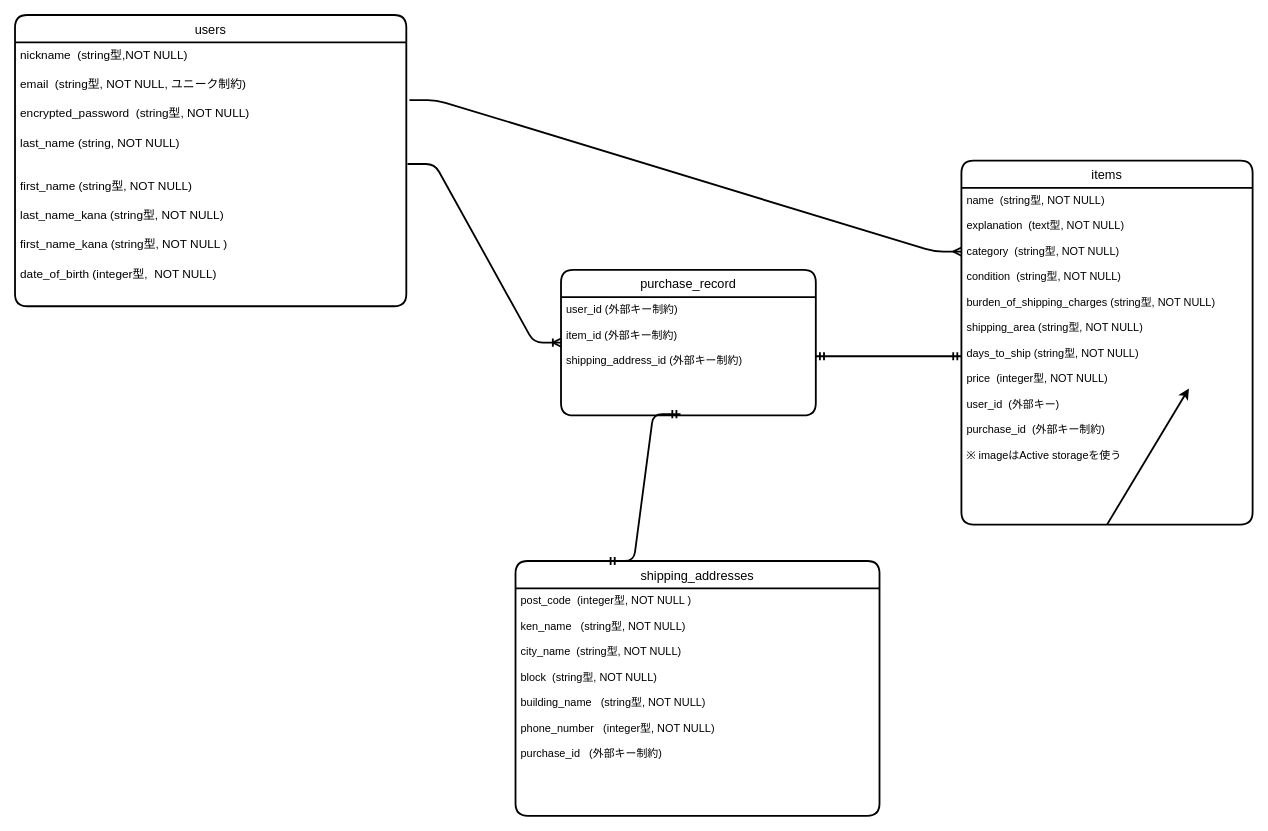
Before: furima.dio in SAZAMUGAN/furima-37792, a draw.io diagram. Source tidied: cells renumbered, new cells numbered last; positions are measured from the earlier drawing's top-left corner, leaving out a move shared by most shapes. Both pictures are drawn from the tidied source at 91%, with x=0, y=0 at pixel (15, 15).
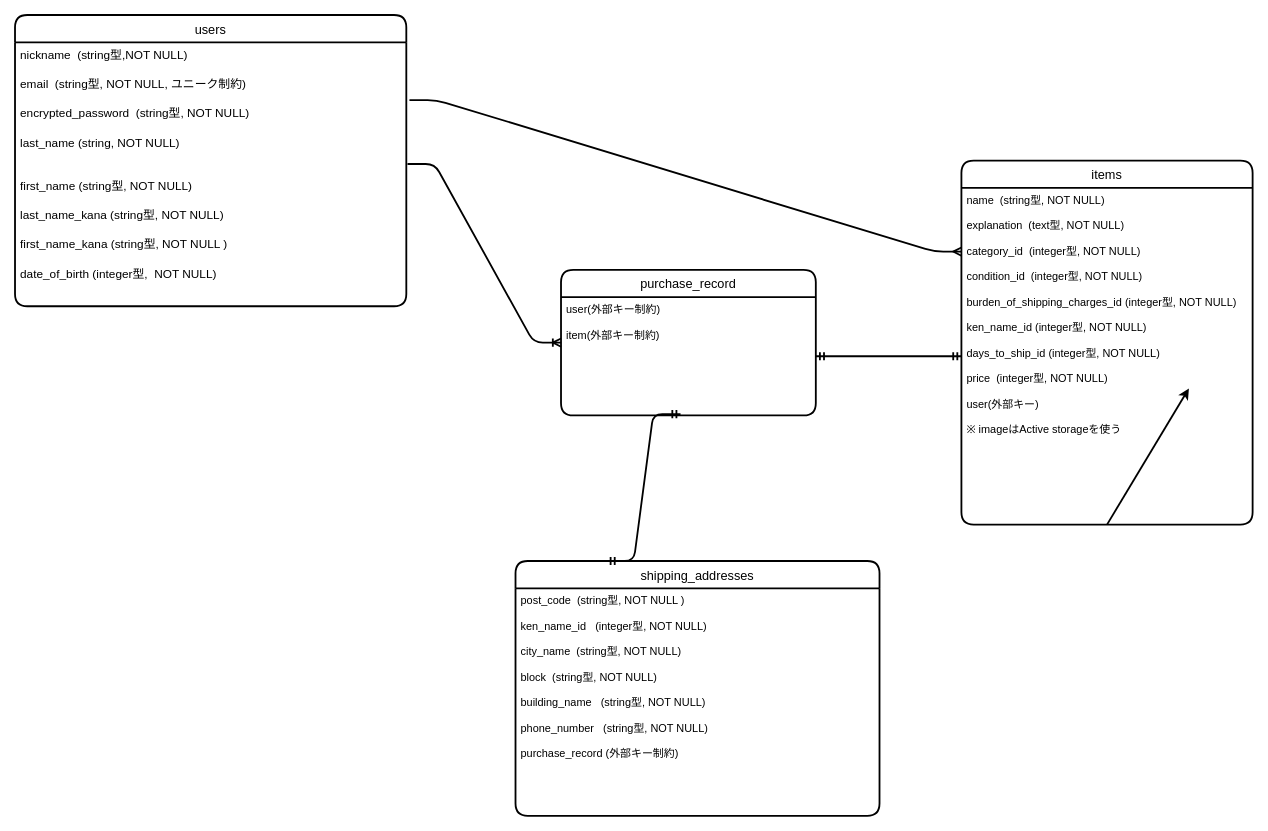
Above is the later version.

What changed in the source:
```diff
@@
 <mxGraphModel>
   <root>
     <mxCell id="0" />
     <mxCell id="1" parent="0" />
     <mxCell id="2" value="users" style="swimlane;horizontal=1;startSize=30;rounded=1;fontSize=14;fontStyle=0;strokeWidth=2;shadow=0;dashed=0;align=center;" parent="1" vertex="1">
       <mxGeometry width="430" height="320" as="geometry" />
     </mxCell>
     <mxCell id="3" value="nickname  (string型,NOT NULL)&#10;&#10;email  (string型, NOT NULL, ユニーク制約)&#10;&#10;encrypted_password  (string型, NOT NULL)&#10;&#10;last_name (string, NOT NULL)&#10;&#10;&#10;first_name (string型, NOT NULL)&#10;&#10;last_name_kana (string型, NOT NULL)&#10;&#10;first_name_kana (string型, NOT NULL )&#10;&#10;date_of_birth (integer型,  NOT NULL)&#10;" style="align=left;strokeColor=none;fillColor=none;spacingLeft=4;fontSize=13;verticalAlign=top;strokeWidth=0;" parent="2" vertex="1">
       <mxGeometry y="30" width="430" height="290" as="geometry" />
     </mxCell>
     <mxCell id="4" value="items" style="swimlane;horizontal=1;startSize=30;rounded=1;fontSize=14;fontStyle=0;strokeWidth=2;shadow=0;dashed=0;align=center;" parent="1" vertex="1">
       <mxGeometry x="1040" y="160" width="320" height="400" as="geometry" />
     </mxCell>
-    <mxCell id="5" value="name  (string型, NOT NULL)&#10;&#10;explanation  (text型, NOT NULL)&#10;&#10;category  (string型, NOT NULL)&#10;&#10;condition  (string型, NOT NULL)&#10;&#10;burden_of_shipping_charges (string型, NOT NULL)&#10;&#10;shipping_area (string型, NOT NULL)&#10;&#10;days_to_ship (string型, NOT NULL)&#10;&#10;price  (integer型, NOT NULL)&#10;&#10;user_id  (外部キー)&#10;&#10;purchase_id  (外部キー制約)&#10;&#10;※ imageはActive storageを使う" style="align=left;strokeColor=none;fillColor=none;spacingLeft=4;fontSize=12;verticalAlign=top;" parent="4" vertex="1">
+    <mxCell id="5" value="name  (string型, NOT NULL)&#10;&#10;explanation  (text型, NOT NULL)&#10;&#10;category_id  (integer型, NOT NULL)&#10;&#10;condition_id  (integer型, NOT NULL)&#10;&#10;burden_of_shipping_charges_id (integer型, NOT NULL)&#10;&#10;ken_name_id (integer型, NOT NULL)&#10;&#10;days_to_ship_id (integer型, NOT NULL)&#10;&#10;price  (integer型, NOT NULL)&#10;&#10;user(外部キー)&#10;&#10;※ imageはActive storageを使う" style="align=left;strokeColor=none;fillColor=none;spacingLeft=4;fontSize=12;verticalAlign=top;" parent="4" vertex="1">
       <mxGeometry y="30" width="320" height="370" as="geometry" />
     </mxCell>
     <mxCell id="6" value="shipping_addresses" style="swimlane;horizontal=1;startSize=30;rounded=1;fontSize=14;fontStyle=0;strokeWidth=2;shadow=0;dashed=0;align=center;" parent="1" vertex="1">
       <mxGeometry x="550" y="600" width="400" height="280" as="geometry" />
     </mxCell>
-    <mxCell id="7" value="post_code  (integer型, NOT NULL )&#10;&#10;ken_name   (string型, NOT NULL)&#10;&#10;city_name  (string型, NOT NULL)&#10;&#10;block  (string型, NOT NULL)&#10;&#10;building_name   (string型, NOT NULL)&#10;&#10;phone_number   (integer型, NOT NULL)&#10;&#10;purchase_id   (外部キー制約)" style="align=left;strokeColor=none;fillColor=none;spacingLeft=4;fontSize=12;verticalAlign=top;" parent="6" vertex="1">
+    <mxCell id="7" value="post_code  (string型, NOT NULL )&#10;&#10;ken_name_id   (integer型, NOT NULL)&#10;&#10;city_name  (string型, NOT NULL)&#10;&#10;block  (string型, NOT NULL)&#10;&#10;building_name   (string型, NOT NULL)&#10;&#10;phone_number   (string型, NOT NULL)&#10;&#10;purchase_record (外部キー制約)" style="align=left;strokeColor=none;fillColor=none;spacingLeft=4;fontSize=12;verticalAlign=top;" parent="6" vertex="1">
       <mxGeometry y="30" width="400" height="250" as="geometry" />
     </mxCell>
     <mxCell id="8" value="purchase_record" style="swimlane;horizontal=1;startSize=30;rounded=1;fontSize=14;fontStyle=0;strokeWidth=2;shadow=0;dashed=0;align=center;" parent="1" vertex="1">
       <mxGeometry x="600" y="280" width="280" height="160" as="geometry" />
     </mxCell>
-    <mxCell id="9" value="user_id (外部キー制約)&#10;&#10;item_id (外部キー制約)&#10;&#10;shipping_address_id (外部キー制約)" style="align=left;strokeColor=none;fillColor=none;spacingLeft=4;fontSize=12;verticalAlign=top;" parent="8" vertex="1">
+    <mxCell id="9" value="user(外部キー制約)&#10;&#10;item(外部キー制約)" style="align=left;strokeColor=none;fillColor=none;spacingLeft=4;fontSize=12;verticalAlign=top;" parent="8" vertex="1">
       <mxGeometry y="30" width="280" height="130" as="geometry" />
     </mxCell>
     <mxCell id="10" style="edgeStyle=entityRelationEdgeStyle;fontSize=12;html=1;endArrow=ERoneToMany;exitX=1.003;exitY=0.461;exitDx=0;exitDy=0;exitPerimeter=0;entryX=0;entryY=0.5;entryDx=0;entryDy=0;strokeWidth=2;" parent="1" edge="1" source="3" target="8">
       <mxGeometry relative="1" as="geometry" />
     </mxCell>
     <mxCell id="11" style="edgeStyle=entityRelationEdgeStyle;fontSize=12;html=1;endArrow=ERmandOne;startArrow=ERmandOne;strokeWidth=2;entryX=0;entryY=0.5;entryDx=0;entryDy=0;" parent="1" edge="1" source="9" target="5">
       <mxGeometry relative="1" as="geometry" />
     </mxCell>
     <mxCell id="12" style="edgeStyle=none;html=1;exitX=0.5;exitY=1;exitDx=0;exitDy=0;strokeWidth=2;" parent="1" edge="1" source="5">
       <mxGeometry relative="1" as="geometry">
         <mxPoint x="1290" y="410.3" as="targetPoint" />
       </mxGeometry>
     </mxCell>
     <mxCell id="13" style="edgeStyle=entityRelationEdgeStyle;fontSize=12;html=1;endArrow=ERmany;strokeWidth=2;exitX=1.008;exitY=0.219;exitDx=0;exitDy=0;exitPerimeter=0;entryX=0;entryY=0.25;entryDx=0;entryDy=0;" parent="1" edge="1" source="3" target="4">
       <mxGeometry relative="1" as="geometry" />
     </mxCell>
     <mxCell id="14" style="edgeStyle=entityRelationEdgeStyle;fontSize=12;html=1;endArrow=ERmandOne;startArrow=ERmandOne;strokeWidth=2;entryX=0.469;entryY=0.989;entryDx=0;entryDy=0;entryPerimeter=0;exitX=0.25;exitY=0;exitDx=0;exitDy=0;" parent="1" edge="1" source="6" target="9">
       <mxGeometry relative="1" as="geometry" />
     </mxCell>
   </root>
 </mxGraphModel>
```
